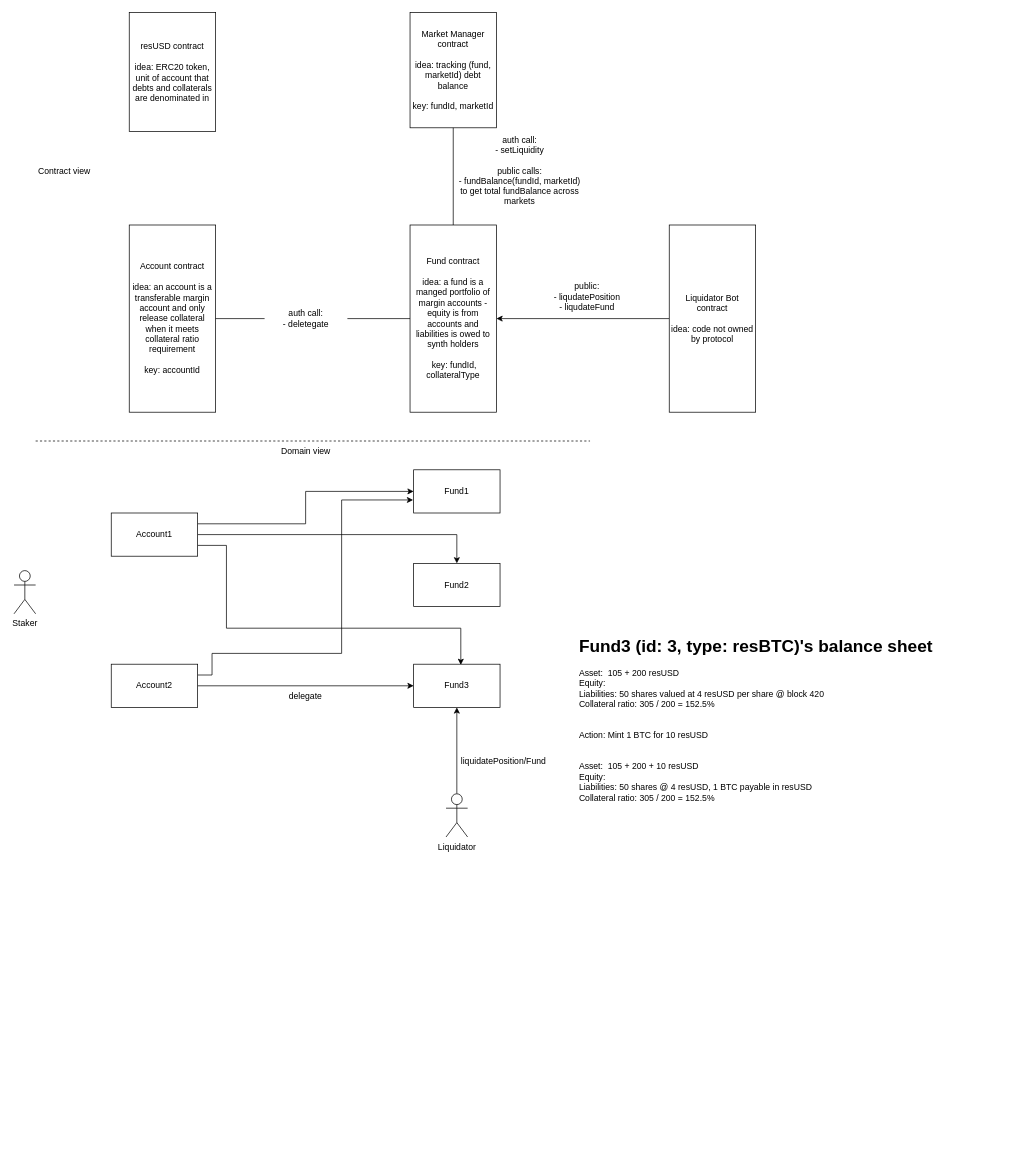
Before: maps/account-fund-vSIP.drawio in exp7l/resilience, a draw.io diagram. Source tidied: cells renumbered, new cells numbered last; positions are measured from the earlier drawing's top-left corner, leaving out a move shared by most shapes. Both pictures are drawn from the tidied source at 72%, with x=0, y=0 at pixel (14, 12).
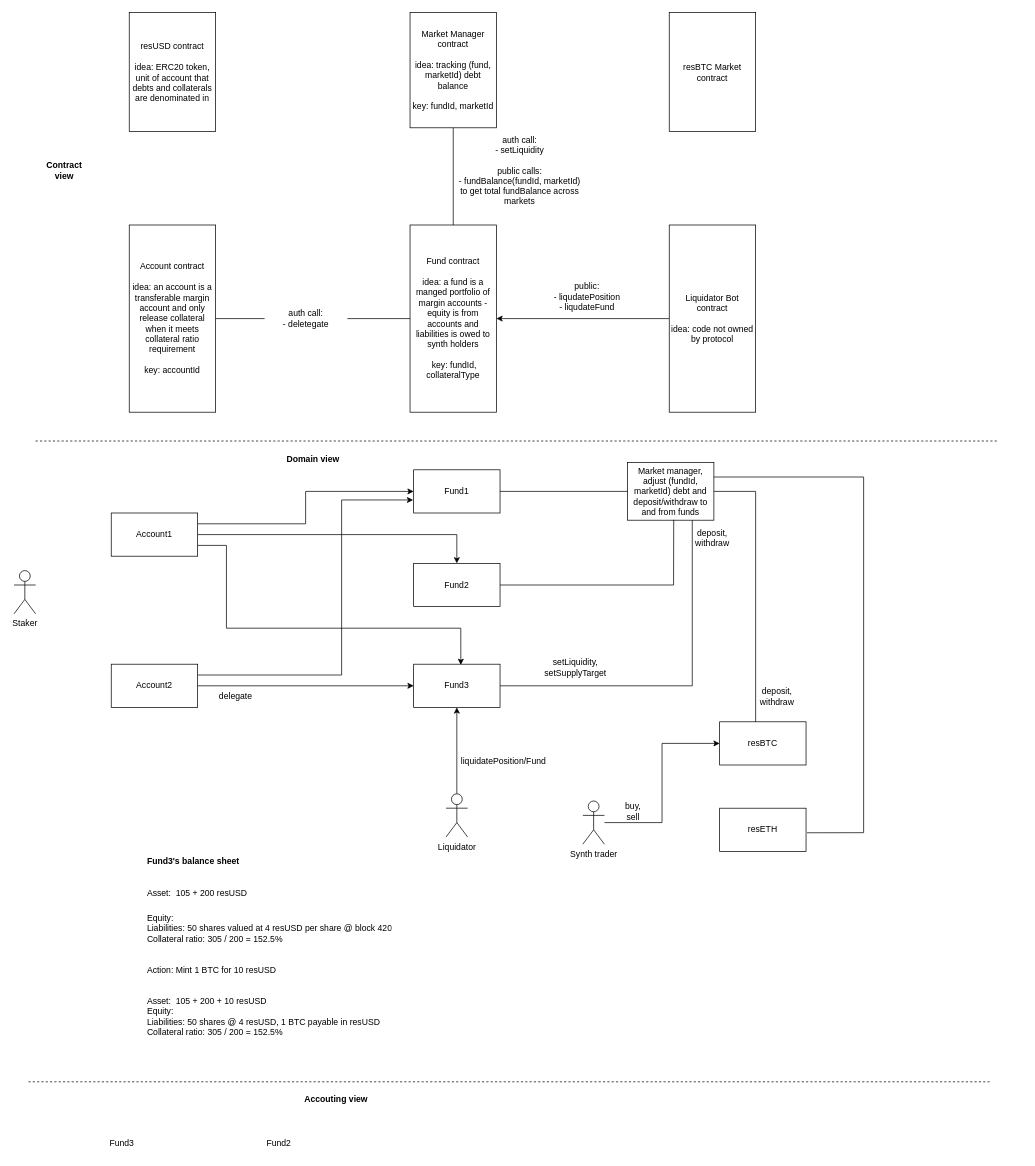
The same page after the edit.

Unchanged cells that the change refers to:
```xml
<mxCell id="10" value="Fund1" style="rounded=0;whiteSpace=wrap;html=1;" parent="1" vertex="1">
  <mxGeometry x="555" y="635" width="120" height="60" as="geometry" />
</mxCell>
<mxCell id="15" value="Account2" style="rounded=0;whiteSpace=wrap;html=1;" parent="1" vertex="1">
  <mxGeometry x="135" y="905" width="120" height="60" as="geometry" />
</mxCell>
```

Diff of the diagram source:
```diff
@@
-    <mxCell id="4" value="Contract view" style="text;html=1;strokeColor=none;fillColor=none;align=center;verticalAlign=middle;whiteSpace=wrap;rounded=0;" parent="1" vertex="1">
+    <mxCell id="4" value="Contract view" style="text;html=1;strokeColor=none;fillColor=none;align=center;verticalAlign=middle;whiteSpace=wrap;rounded=0;fontStyle=1;" parent="1" vertex="1">
       <mxGeometry x="30" y="205" width="80" height="30" as="geometry" />
     </mxCell>
     <mxCell id="5" style="endArrow=none;dashed=1;html=1;rounded=0;" parent="1" edge="1">
       <mxGeometry relative="1" as="geometry">
         <mxPoint x="30" y="595" as="sourcePoint" />
-        <mxPoint x="800" y="595" as="targetPoint" />
+        <mxPoint x="1367.9" y="595" as="targetPoint" />
       </mxGeometry>
     </mxCell>
@@
     <mxCell id="13" style="edgeStyle=orthogonalEdgeStyle;rounded=0;jettySize=auto;html=1;exitX=1;exitY=0.25;exitDx=0;exitDy=0;entryX=-0.006;entryY=0.698;entryDx=0;entryDy=0;entryPerimeter=0;" parent="1" edge="1" source="15" target="10">
       <mxGeometry relative="1" as="geometry">
         <Array as="points">
-          <mxPoint x="275" y="920" />
-          <mxPoint x="275" y="890" />
-          <mxPoint x="455" y="890" />
+          <mxPoint x="455" y="920" />
           <mxPoint x="455" y="677" />
         </Array>
       </mxGeometry>
     </mxCell>
@@
     <mxCell id="16" value="delegate" style="text;html=1;strokeColor=none;fillColor=none;align=center;verticalAlign=middle;whiteSpace=wrap;rounded=0;" parent="1" vertex="1">
-      <mxGeometry x="375" y="935" width="60" height="30" as="geometry" />
+      <mxGeometry x="278" y="935" width="60" height="30" as="geometry" />
     </mxCell>
-    <mxCell id="17" value="Domain view" style="text;html=1;strokeColor=none;fillColor=none;align=center;verticalAlign=middle;whiteSpace=wrap;rounded=0;" parent="1" vertex="1">
-      <mxGeometry x="338" y="595" width="135" height="30" as="geometry" />
+    <mxCell id="17" value="Accouting view" style="text;html=1;strokeColor=none;fillColor=none;align=center;verticalAlign=middle;whiteSpace=wrap;rounded=0;fontStyle=1;" parent="1" vertex="1">
+      <mxGeometry x="380" y="1495" width="135" height="30" as="geometry" />
     </mxCell>
@@
-    <mxCell id="32" value="&lt;h1&gt;&lt;span style=&quot;background-color: initial;&quot;&gt;Fund3 (id: 3, type: resBTC)'s balance sheet&amp;nbsp;&amp;nbsp;&lt;/span&gt;&lt;/h1&gt;&lt;div&gt;Asset:&amp;nbsp;&amp;nbsp;&lt;span style=&quot;background-color: initial;&quot;&gt;105 + 200 resUSD&lt;/span&gt;&lt;/div&gt;&lt;div&gt;Equity:&lt;/div&gt;&lt;div&gt;Liabilities:&amp;nbsp;&lt;span style=&quot;background-color: initial;&quot;&gt;50 shares valued at 4 resUSD per share @ block 420&lt;/span&gt;&lt;/div&gt;&lt;div&gt;Collateral ratio: 305 / 200 = 152.5%&lt;span style=&quot;background-color: initial;&quot;&gt;&lt;br&gt;&lt;/span&gt;&lt;/div&gt;&lt;div&gt;&lt;br&gt;&lt;/div&gt;&lt;div&gt;&lt;br&gt;&lt;/div&gt;&lt;div&gt;Action: Mint 1 BTC for 10 resUSD&lt;/div&gt;&lt;div&gt;&lt;br&gt;&lt;/div&gt;&lt;div&gt;&lt;br&gt;&lt;/div&gt;&lt;div&gt;&lt;div&gt;Asset:&amp;nbsp;&amp;nbsp;&lt;span style=&quot;background-color: initial;&quot;&gt;105 + 200 + 10 resUSD&lt;/span&gt;&lt;/div&gt;&lt;div&gt;Equity:&lt;/div&gt;&lt;div&gt;Liabilities:&amp;nbsp;&lt;span style=&quot;background-color: initial;&quot;&gt;50 shares @ 4 resUSD, 1 BTC payable in resUSD&lt;/span&gt;&lt;/div&gt;&lt;div&gt;Collateral ratio: 305 / 200 = 152.5%&lt;/div&gt;&lt;/div&gt;&lt;div&gt;&lt;br&gt;&lt;/div&gt;&lt;div&gt;&lt;br&gt;&lt;/div&gt;" style="text;html=1;strokeColor=none;fillColor=none;spacing=5;spacingTop=-20;whiteSpace=wrap;overflow=hidden;rounded=0;" parent="1" vertex="1">
-      <mxGeometry x="780" y="860" width="620" height="425" as="geometry" />
+    <mxCell id="32" value="&lt;h1&gt;&lt;span style=&quot;background-color: initial; font-size: 12px;&quot;&gt;Fund3's balance sheet&lt;/span&gt;&lt;/h1&gt;&lt;h1&gt;&lt;span style=&quot;background-color: initial; font-size: 12px; font-weight: normal;&quot;&gt;Asset:&amp;nbsp;&amp;nbsp;&lt;/span&gt;&lt;span style=&quot;background-color: initial; font-size: 12px; font-weight: normal;&quot;&gt;105 + 200 resUSD&lt;/span&gt;&lt;br&gt;&lt;/h1&gt;&lt;div&gt;Equity:&lt;/div&gt;&lt;div&gt;Liabilities:&amp;nbsp;&lt;span style=&quot;background-color: initial;&quot;&gt;50 shares valued at 4 resUSD per share @ block 420&lt;/span&gt;&lt;/div&gt;&lt;div&gt;Collateral ratio: 305 / 200 = 152.5%&lt;span style=&quot;background-color: initial;&quot;&gt;&lt;br&gt;&lt;/span&gt;&lt;/div&gt;&lt;div&gt;&lt;br&gt;&lt;/div&gt;&lt;div&gt;&lt;br&gt;&lt;/div&gt;&lt;div&gt;Action: Mint 1 BTC for 10 resUSD&lt;/div&gt;&lt;div&gt;&lt;br&gt;&lt;/div&gt;&lt;div&gt;&lt;br&gt;&lt;/div&gt;&lt;div&gt;&lt;div&gt;Asset:&amp;nbsp;&amp;nbsp;&lt;span style=&quot;background-color: initial;&quot;&gt;105 + 200 + 10 resUSD&lt;/span&gt;&lt;/div&gt;&lt;div&gt;Equity:&lt;/div&gt;&lt;div&gt;Liabilities:&amp;nbsp;&lt;span style=&quot;background-color: initial;&quot;&gt;50 shares @ 4 resUSD, 1 BTC payable in resUSD&lt;/span&gt;&lt;/div&gt;&lt;div&gt;Collateral ratio: 305 / 200 = 152.5%&lt;/div&gt;&lt;/div&gt;&lt;div&gt;&lt;br&gt;&lt;/div&gt;&lt;div&gt;&lt;br&gt;&lt;/div&gt;" style="text;html=1;strokeColor=none;fillColor=none;spacing=5;spacingTop=-20;whiteSpace=wrap;overflow=hidden;rounded=0;" parent="1" vertex="1">
+      <mxGeometry x="180" y="1155" width="620" height="270" as="geometry" />
     </mxCell>
+    <mxCell id="33" value="resBTC Market contract" style="rounded=0;whiteSpace=wrap;html=1;" parent="1" vertex="1">
+      <mxGeometry x="910" width="120" height="165" as="geometry" />
+    </mxCell>
+    <mxCell id="34" value="Market manager,&lt;br&gt;adjust (fundId, marketId) debt and deposit/withdraw to and from funds" style="rounded=0;whiteSpace=wrap;html=1;" parent="1" vertex="1">
+      <mxGeometry x="852" y="625" width="120" height="80" as="geometry" />
+    </mxCell>
+    <mxCell id="35" style="endArrow=none;html=1;rounded=0;" parent="1" edge="1" target="34">
+      <mxGeometry relative="1" as="geometry">
+        <mxPoint x="675" y="665" as="sourcePoint" />
+      </mxGeometry>
+    </mxCell>
+    <mxCell id="36" style="endArrow=none;html=1;rounded=0;entryX=0.535;entryY=0.993;entryDx=0;entryDy=0;entryPerimeter=0;" parent="1" edge="1" target="34">
+      <mxGeometry relative="1" as="geometry">
+        <mxPoint x="675" y="795" as="sourcePoint" />
+        <Array as="points">
+          <mxPoint x="916" y="795" />
+        </Array>
+      </mxGeometry>
+    </mxCell>
+    <mxCell id="37" style="endArrow=none;html=1;rounded=0;entryX=0.75;entryY=1;entryDx=0;entryDy=0;" parent="1" edge="1" target="34">
+      <mxGeometry relative="1" as="geometry">
+        <mxPoint x="675" y="935" as="sourcePoint" />
+        <Array as="points">
+          <mxPoint x="942" y="935" />
+        </Array>
+      </mxGeometry>
+    </mxCell>
+    <mxCell id="38" value="setLiquidity, setSupplyTarget" style="text;html=1;strokeColor=none;fillColor=none;align=center;verticalAlign=middle;whiteSpace=wrap;rounded=0;" parent="1" vertex="1">
+      <mxGeometry x="750" y="895" width="60" height="30" as="geometry" />
+    </mxCell>
+    <mxCell id="39" value="resBTC" style="rounded=0;whiteSpace=wrap;html=1;" parent="1" vertex="1">
+      <mxGeometry x="980" y="985" width="120" height="60" as="geometry" />
+    </mxCell>
+    <mxCell id="40" value="resETH" style="rounded=0;whiteSpace=wrap;html=1;" parent="1" vertex="1">
+      <mxGeometry x="980" y="1105" width="120" height="60" as="geometry" />
+    </mxCell>
+    <mxCell id="41" style="endArrow=none;html=1;rounded=0;entryX=1;entryY=0.5;entryDx=0;entryDy=0;" parent="1" edge="1" target="34">
+      <mxGeometry relative="1" as="geometry">
+        <mxPoint x="1030" y="985" as="sourcePoint" />
+        <Array as="points">
+          <mxPoint x="1030" y="665" />
+        </Array>
+      </mxGeometry>
+    </mxCell>
+    <mxCell id="42" style="endArrow=none;html=1;rounded=0;exitX=1.011;exitY=0.569;exitDx=0;exitDy=0;exitPerimeter=0;entryX=1;entryY=0.25;entryDx=0;entryDy=0;" parent="1" edge="1" source="40" target="34">
+      <mxGeometry relative="1" as="geometry">
+        <Array as="points">
+          <mxPoint x="1180" y="1139" />
+          <mxPoint x="1180" y="645" />
+        </Array>
+      </mxGeometry>
+    </mxCell>
+    <mxCell id="43" value="deposit,&lt;br&gt;withdraw" style="text;html=1;strokeColor=none;fillColor=none;align=center;verticalAlign=middle;whiteSpace=wrap;rounded=0;" parent="1" vertex="1">
+      <mxGeometry x="1030" y="935" width="60" height="30" as="geometry" />
+    </mxCell>
+    <mxCell id="44" style="edgeStyle=orthogonalEdgeStyle;rounded=0;jettySize=auto;html=1;entryX=0;entryY=0.5;entryDx=0;entryDy=0;" parent="1" edge="1" source="45" target="39">
+      <mxGeometry relative="1" as="geometry" />
+    </mxCell>
+    <mxCell id="45" value="Synth trader" style="shape=umlActor;verticalLabelPosition=bottom;verticalAlign=top;html=1;outlineConnect=0;" parent="1" vertex="1">
+      <mxGeometry x="790" y="1095" width="30" height="60" as="geometry" />
+    </mxCell>
+    <mxCell id="46" value="buy,&lt;br&gt;sell" style="text;html=1;strokeColor=none;fillColor=none;align=center;verticalAlign=middle;whiteSpace=wrap;rounded=0;" parent="1" vertex="1">
+      <mxGeometry x="830" y="1095" width="60" height="30" as="geometry" />
+    </mxCell>
+    <mxCell id="47" value="deposit,&lt;br&gt;withdraw" style="text;html=1;strokeColor=none;fillColor=none;align=center;verticalAlign=middle;whiteSpace=wrap;rounded=0;" parent="1" vertex="1">
+      <mxGeometry x="940" y="715" width="60" height="30" as="geometry" />
+    </mxCell>
+    <mxCell id="48" style="endArrow=none;dashed=1;html=1;rounded=0;" parent="1" edge="1">
+      <mxGeometry relative="1" as="geometry">
+        <mxPoint x="20" y="1485" as="sourcePoint" />
+        <mxPoint x="1357.9" y="1485" as="targetPoint" />
+      </mxGeometry>
+    </mxCell>
+    <mxCell id="49" value="Domain view" style="text;html=1;strokeColor=none;fillColor=none;align=center;verticalAlign=middle;whiteSpace=wrap;rounded=0;fontStyle=1;" parent="1" vertex="1">
+      <mxGeometry x="348" y="605" width="135" height="30" as="geometry" />
+    </mxCell>
+    <mxCell id="50" value="Fund3" style="text;html=1;strokeColor=none;fillColor=none;align=center;verticalAlign=middle;whiteSpace=wrap;rounded=0;" parent="1" vertex="1">
+      <mxGeometry x="120" y="1555" width="60" height="30" as="geometry" />
+    </mxCell>
+    <mxCell id="51" value="Fund2" style="text;html=1;strokeColor=none;fillColor=none;align=center;verticalAlign=middle;whiteSpace=wrap;rounded=0;" parent="1" vertex="1">
+      <mxGeometry x="338" y="1555" width="60" height="30" as="geometry" />
+    </mxCell>
```
